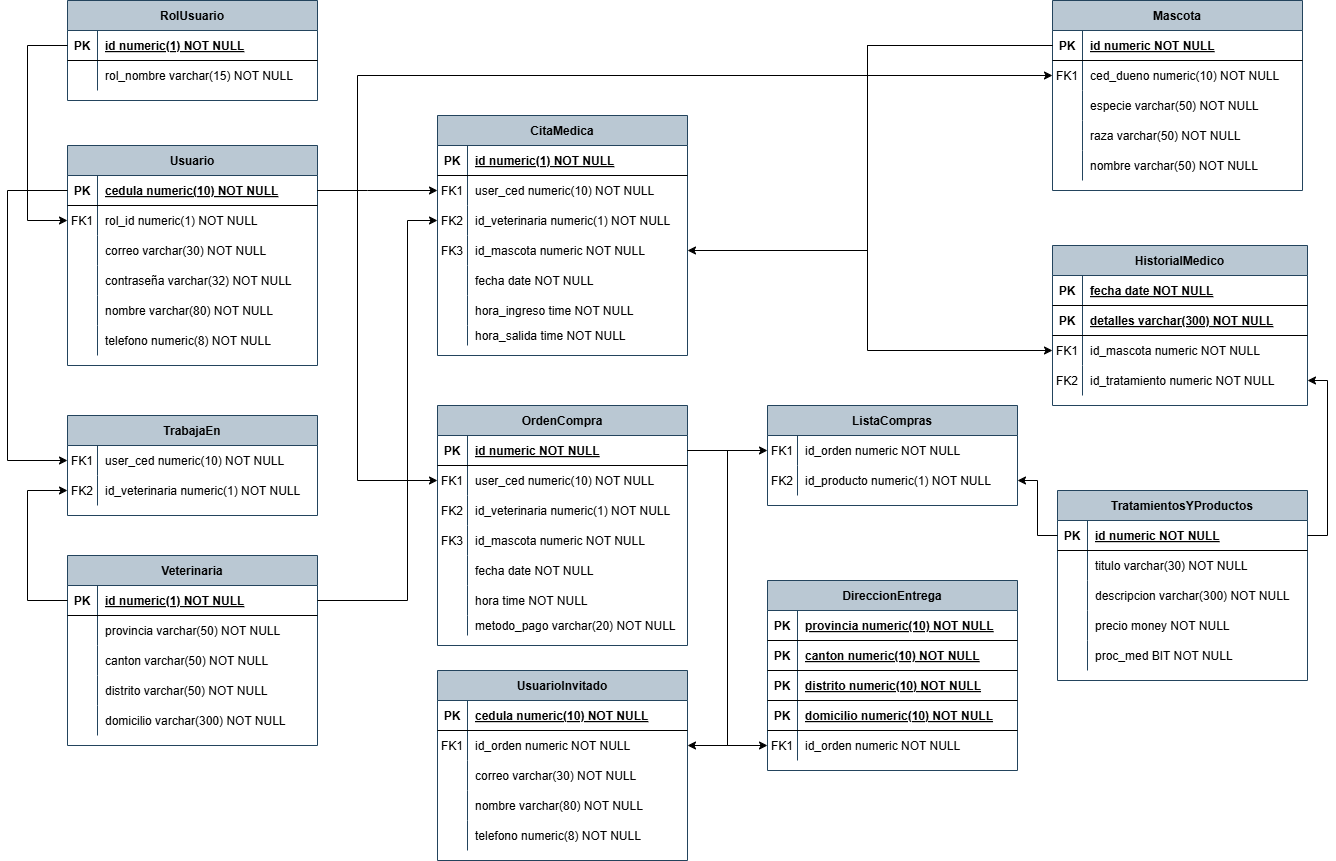
This is Database/Diagramas/Diagrama Relacional.png from Maxg2212/MiPetCR, a draw.io export, as it was before one commit. Source tidied: cells renumbered, new cells last; positions are measured from the earlier drawing's top-left corner, leaving out a move shared by most shapes.
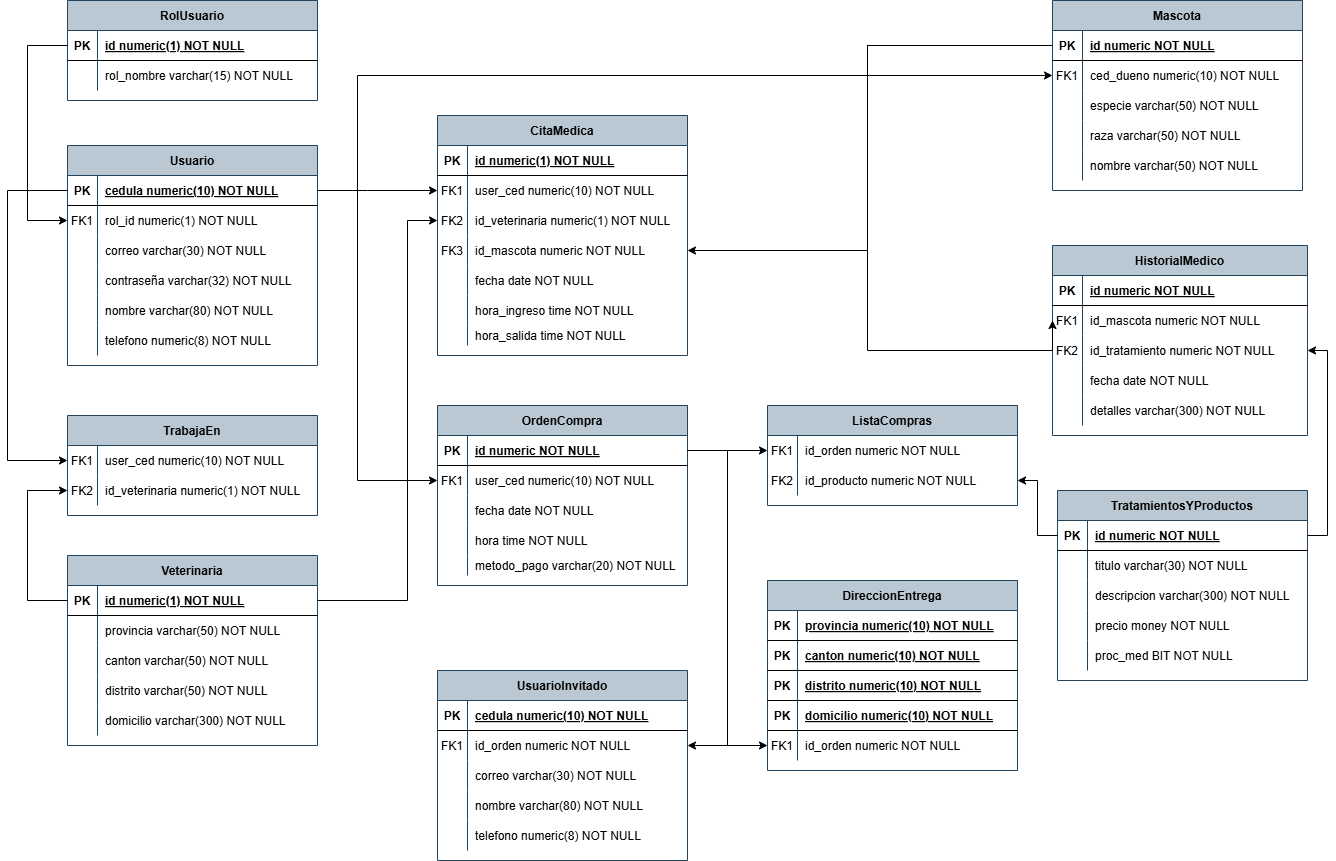
After the change.

Commit message:
Actualizaciones al diagrama relacional

What changed in the source:
```diff
@@ -291,7 +291,7 @@
       <mxGeometry x="30" width="220" height="30" as="geometry" />
     </mxCell>
     <mxCell id="98" value="HistorialMedico" style="shape=table;startSize=30;rowLines=0;fontStyle=1;align=center;fillColor=#bac8d3;strokeColor=#23445d;" parent="1" vertex="1">
-      <mxGeometry x="1045" y="245" width="255" height="160" as="geometry" />
+      <mxGeometry x="1045" y="245" width="255" height="190" as="geometry" />
     </mxCell>
     <mxCell id="99" style="shape=partialRectangle;fillColor=none;top=0;left=0;right=0;bottom=1;" parent="98" vertex="1">
       <mxGeometry y="30" width="255" height="30" as="geometry" />
@@ -299,20 +299,11 @@
     <mxCell id="100" value="PK" style="shape=partialRectangle;overflow=hidden;fillColor=none;top=0;left=0;bottom=0;right=0;fontStyle=1;" parent="99" vertex="1">
       <mxGeometry width="30" height="30" as="geometry" />
     </mxCell>
-    <mxCell id="101" value="fecha date NOT NULL " style="shape=partialRectangle;overflow=hidden;fillColor=none;top=0;left=0;bottom=0;right=0;align=left;spacingLeft=6;fontStyle=5;" parent="99" vertex="1">
+    <mxCell id="101" value="id numeric NOT NULL " style="shape=partialRectangle;overflow=hidden;fillColor=none;top=0;left=0;bottom=0;right=0;align=left;spacingLeft=6;fontStyle=5;" parent="99" vertex="1">
       <mxGeometry x="30" width="225" height="30" as="geometry" />
     </mxCell>
-    <mxCell id="102" style="shape=partialRectangle;fillColor=none;top=0;left=0;right=0;bottom=1;" parent="98" vertex="1">
-      <mxGeometry y="60" width="255" height="30" as="geometry" />
-    </mxCell>
-    <mxCell id="103" value="PK" style="shape=partialRectangle;overflow=hidden;fillColor=none;top=0;left=0;bottom=0;right=0;fontStyle=1;" parent="102" vertex="1">
-      <mxGeometry width="30" height="30" as="geometry" />
-    </mxCell>
-    <mxCell id="104" value="detalles varchar(300) NOT NULL " style="shape=partialRectangle;overflow=hidden;fillColor=none;top=0;left=0;bottom=0;right=0;align=left;spacingLeft=6;fontStyle=5;" parent="102" vertex="1">
-      <mxGeometry x="30" width="225" height="30" as="geometry" />
-    </mxCell>
     <mxCell id="105" style="shape=partialRectangle;fillColor=none;points=[[0,0.5],[1,0.5]];portConstraint=eastwest;top=0;left=0;right=0;bottom=0;" parent="98" vertex="1">
-      <mxGeometry y="90" width="255" height="30" as="geometry" />
+      <mxGeometry y="60" width="255" height="30" as="geometry" />
     </mxCell>
     <mxCell id="106" value="FK1" style="shape=partialRectangle;overflow=hidden;fillColor=none;top=0;left=0;bottom=0;right=0;" parent="105" vertex="1">
       <mxGeometry width="30" height="30" as="geometry" />
@@ -321,7 +312,7 @@
       <mxGeometry x="30" width="225" height="30" as="geometry" />
     </mxCell>
     <mxCell id="108" style="shape=partialRectangle;fillColor=none;points=[[0,0.5],[1,0.5]];portConstraint=eastwest;top=0;left=0;right=0;bottom=0;" parent="98" vertex="1">
-      <mxGeometry y="120" width="255" height="30" as="geometry" />
+      <mxGeometry y="90" width="255" height="30" as="geometry" />
     </mxCell>
     <mxCell id="109" value="FK2" style="shape=partialRectangle;overflow=hidden;fillColor=none;top=0;left=0;bottom=0;right=0;" parent="108" vertex="1">
       <mxGeometry width="30" height="30" as="geometry" />
@@ -329,6 +320,24 @@
     <mxCell id="110" value="id_tratamiento numeric NOT NULL" style="shape=partialRectangle;overflow=hidden;fillColor=none;top=0;left=0;bottom=0;right=0;align=left;spacingLeft=6;" parent="108" vertex="1">
       <mxGeometry x="30" width="225" height="30" as="geometry" />
     </mxCell>
+    <mxCell id="193" style="shape=partialRectangle;fillColor=none;top=0;left=0;right=0;bottom=0;" parent="98" vertex="1">
+      <mxGeometry y="120" width="255" height="30" as="geometry" />
+    </mxCell>
+    <mxCell id="194" style="shape=partialRectangle;overflow=hidden;fillColor=none;top=0;left=0;bottom=0;right=0;" parent="193" vertex="1">
+      <mxGeometry width="30" height="30" as="geometry" />
+    </mxCell>
+    <mxCell id="195" value="fecha date NOT NULL" style="shape=partialRectangle;overflow=hidden;fillColor=none;top=0;left=0;bottom=0;right=0;align=left;spacingLeft=6;" parent="193" vertex="1">
+      <mxGeometry x="30" width="225" height="30" as="geometry" />
+    </mxCell>
+    <mxCell id="196" style="shape=partialRectangle;fillColor=none;top=0;left=0;right=0;bottom=0;" parent="98" vertex="1">
+      <mxGeometry y="150" width="255" height="30" as="geometry" />
+    </mxCell>
+    <mxCell id="197" style="shape=partialRectangle;overflow=hidden;fillColor=none;top=0;left=0;bottom=0;right=0;" parent="196" vertex="1">
+      <mxGeometry width="30" height="30" as="geometry" />
+    </mxCell>
+    <mxCell id="104" value="detalles varchar(300) NOT NULL" style="shape=partialRectangle;overflow=hidden;fillColor=none;top=0;left=0;bottom=0;right=0;align=left;spacingLeft=6;" parent="196" vertex="1">
+      <mxGeometry x="30" width="225" height="30" as="geometry" />
+    </mxCell>
     <mxCell id="111" value="TrabajaEn" style="shape=table;startSize=30;rowLines=0;fontStyle=1;align=center;fillColor=#bac8d3;strokeColor=#23445d;" parent="1" vertex="1">
       <mxGeometry x="60" y="415" width="250" height="100" as="geometry" />
     </mxCell>
@@ -414,7 +423,7 @@
       </mxGeometry>
     </mxCell>
     <mxCell id="126" value="OrdenCompra" style="shape=table;startSize=30;rowLines=0;fontStyle=1;align=center;fillColor=#bac8d3;strokeColor=#23445d;" parent="1" vertex="1">
-      <mxGeometry x="430" y="405" width="250" height="240" as="geometry" />
+      <mxGeometry x="430" y="405" width="250" height="180" as="geometry" />
     </mxCell>
     <mxCell id="127" style="shape=partialRectangle;fillColor=none;points=[[0,0.5],[1,0.5]];portConstraint=eastwest;top=0;left=0;right=0;bottom=1;" parent="126" vertex="1">
       <mxGeometry y="30" width="250" height="30" as="geometry" />
@@ -434,26 +443,8 @@
     <mxCell id="132" value="user_ced numeric(10) NOT NULL" style="shape=partialRectangle;overflow=hidden;fillColor=none;top=0;left=0;bottom=0;right=0;align=left;spacingLeft=6;fontStyle=0;" parent="130" vertex="1">
       <mxGeometry x="30" width="220" height="30" as="geometry" />
     </mxCell>
-    <mxCell id="133" style="shape=partialRectangle;fillColor=none;top=0;left=0;right=0;bottom=0;" parent="126" vertex="1">
-      <mxGeometry y="90" width="250" height="30" as="geometry" />
-    </mxCell>
-    <mxCell id="134" value="FK2" style="shape=partialRectangle;overflow=hidden;fillColor=none;top=0;left=0;bottom=0;right=0;" parent="133" vertex="1">
-      <mxGeometry width="30" height="30" as="geometry" />
-    </mxCell>
-    <mxCell id="135" value="id_veterinaria numeric(1) NOT NULL" style="shape=partialRectangle;overflow=hidden;fillColor=none;top=0;left=0;bottom=0;right=0;align=left;spacingLeft=6;fontStyle=0;" parent="133" vertex="1">
-      <mxGeometry x="30" width="220" height="30" as="geometry" />
-    </mxCell>
-    <mxCell id="136" style="shape=partialRectangle;fillColor=none;top=0;left=0;right=0;bottom=0;" parent="126" vertex="1">
-      <mxGeometry y="120" width="250" height="30" as="geometry" />
-    </mxCell>
-    <mxCell id="137" value="FK3" style="shape=partialRectangle;overflow=hidden;fillColor=none;top=0;left=0;bottom=0;right=0;" parent="136" vertex="1">
-      <mxGeometry width="30" height="30" as="geometry" />
-    </mxCell>
-    <mxCell id="138" value="id_mascota numeric NOT NULL" style="shape=partialRectangle;overflow=hidden;fillColor=none;top=0;left=0;bottom=0;right=0;align=left;spacingLeft=6;fontStyle=0;" parent="136" vertex="1">
-      <mxGeometry x="30" width="220" height="30" as="geometry" />
-    </mxCell>
     <mxCell id="139" style="shape=partialRectangle;fillColor=none;top=0;left=0;right=0;bottom=0;" parent="126" vertex="1">
-      <mxGeometry y="150" width="250" height="30" as="geometry" />
+      <mxGeometry y="90" width="250" height="30" as="geometry" />
     </mxCell>
     <mxCell id="140" style="shape=partialRectangle;overflow=hidden;fillColor=none;top=0;left=0;bottom=0;right=0;" parent="139" vertex="1">
       <mxGeometry width="30" height="30" as="geometry" />
@@ -462,7 +453,7 @@
       <mxGeometry x="30" width="220" height="30" as="geometry" />
     </mxCell>
     <mxCell id="142" style="shape=partialRectangle;fillColor=none;top=0;left=0;right=0;bottom=0;" parent="126" vertex="1">
-      <mxGeometry y="180" width="250" height="30" as="geometry" />
+      <mxGeometry y="120" width="250" height="30" as="geometry" />
     </mxCell>
     <mxCell id="143" style="shape=partialRectangle;overflow=hidden;fillColor=none;top=0;left=0;bottom=0;right=0;" parent="142" vertex="1">
       <mxGeometry width="30" height="30" as="geometry" />
@@ -471,7 +462,7 @@
       <mxGeometry x="30" width="220" height="30" as="geometry" />
     </mxCell>
     <mxCell id="145" style="shape=partialRectangle;fillColor=none;top=0;left=0;right=0;bottom=0;" parent="126" vertex="1">
-      <mxGeometry y="210" width="250" height="20" as="geometry" />
+      <mxGeometry y="150" width="250" height="20" as="geometry" />
     </mxCell>
     <mxCell id="146" style="shape=partialRectangle;overflow=hidden;fillColor=none;top=0;left=0;bottom=0;right=0;" parent="145" vertex="1">
       <mxGeometry width="30" height="20" as="geometry" />
@@ -505,7 +496,7 @@
     <mxCell id="154" value="FK2" style="shape=partialRectangle;overflow=hidden;fillColor=none;top=0;left=0;bottom=0;right=0;" parent="153" vertex="1">
       <mxGeometry width="30" height="30" as="geometry" />
     </mxCell>
-    <mxCell id="155" value="id_producto numeric(1) NOT NULL" style="shape=partialRectangle;overflow=hidden;fillColor=none;top=0;left=0;bottom=0;right=0;align=left;spacingLeft=6;" parent="153" vertex="1">
+    <mxCell id="155" value="id_producto numeric NOT NULL" style="shape=partialRectangle;overflow=hidden;fillColor=none;top=0;left=0;bottom=0;right=0;align=left;spacingLeft=6;" parent="153" vertex="1">
       <mxGeometry x="30" width="220" height="30" as="geometry" />
     </mxCell>
     <mxCell id="156" style="edgeStyle=orthogonalEdgeStyle;rounded=0;jettySize=auto;html=1;exitX=1;exitY=0.5;exitDx=0;exitDy=0;entryX=0;entryY=0.5;entryDx=0;entryDy=0;" parent="1" edge="1" source="127" target="150">
```
